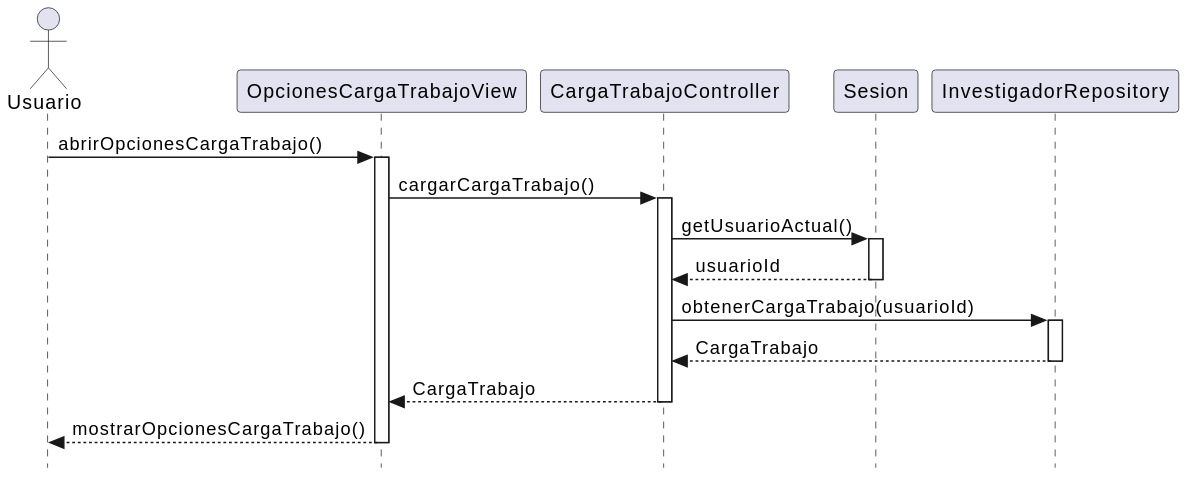
This is RUP/02-diseño/imagenes/abrirOpcionesCargaTrabajo/abrirOpcionesCargaTrabajo.svg from manuelmunoz8/25-26-idsw2-sdVC, a PlantUML export, as it was before one commit.
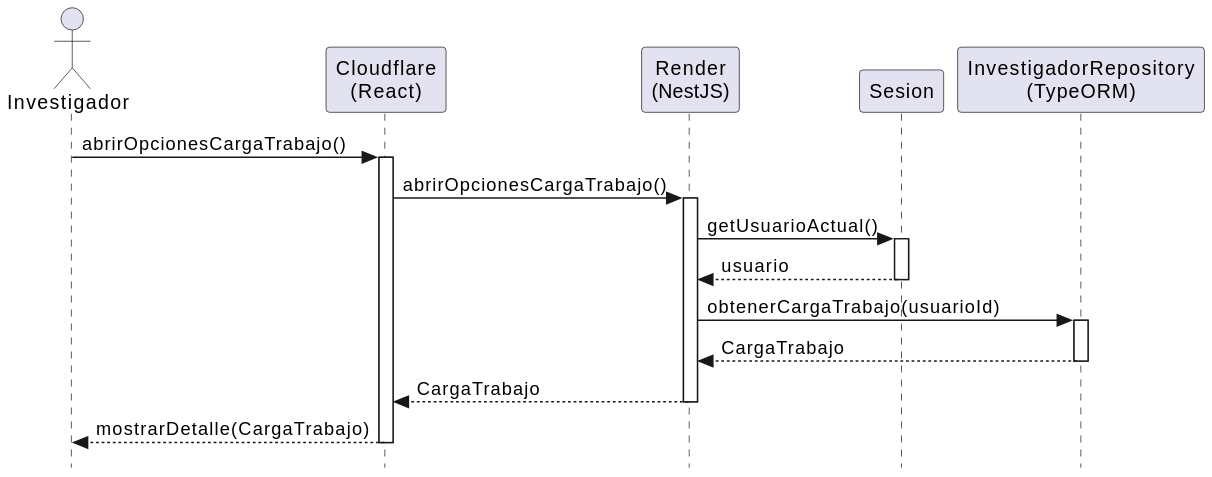
Later version of the same file.

Commit message:
Update SVG diagram for abrirOpcionesCargaTrabajo

The edit, as a diff of the source:
```diff
@@ -1,26 +1,35 @@
 @startuml
 skinparam style strictuml
+skinparam backgroundColor white
+skinparam shadowing false
 
-actor "Usuario" as user
-participant "OpcionesCargaTrabajoView" as view
-participant "CargaTrabajoController" as controller
-participant "Sesion" as sesion
-participant "InvestigadorRepository" as repo
+actor Investigador
+participant "Cloudflare\n(React)" as View
+participant "Render\n(NestJS)" as Controller
+participant "Sesion" as Sesion
+participant "InvestigadorRepository\n(TypeORM)" as Repo
 
-user -> view : abrirOpcionesCargaTrabajo()
-activate view
-view -> controller : cargarCargaTrabajo()
-activate controller
-controller -> sesion : getUsuarioActual()
-activate sesion
-sesion --> controller : usuarioId
-deactivate sesion
-controller -> repo : obtenerCargaTrabajo(usuarioId)
-activate repo
-repo --> controller : CargaTrabajo
-deactivate repo
-controller --> view : CargaTrabajo
-deactivate controller
-view --> user : mostrarOpcionesCargaTrabajo()
-deactivate view
+Investigador -> View : abrirOpcionesCargaTrabajo()
+activate View
+
+View -> Controller : abrirOpcionesCargaTrabajo()
+activate Controller
+
+Controller -> Sesion : getUsuarioActual()
+activate Sesion
+
+Sesion --> Controller : usuario
+deactivate Sesion
+
+Controller -> Repo : obtenerCargaTrabajo(usuarioId)
+activate Repo
+
+Repo --> Controller : CargaTrabajo
+deactivate Repo
+
+Controller --> View : CargaTrabajo
+deactivate Controller
+
+View --> Investigador : mostrarDetalle(CargaTrabajo)
+deactivate View
 @enduml
```
